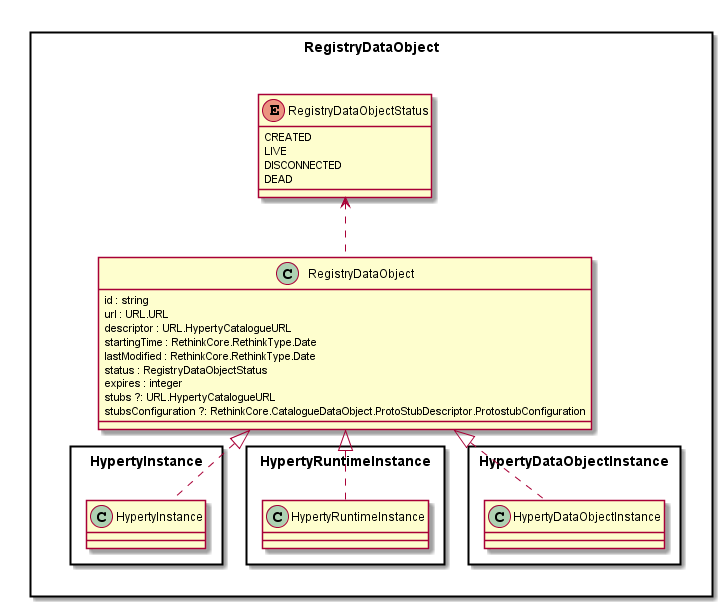
The PlantUML diagram docs/datamodel/core/hyperty-registry/Registry-Data-Object.png in reTHINK-project/dev-service-framework, before a commit. The source it was exported from:
```plantuml
@startuml "../../docs/datamodel/core/hyperty-registry/Registry-Data-Object.png"

package RegistryDataObject <<Rect>> {

	class RegistryDataObject {
		id : string
		url : URL.URL
		descriptor : URL.HypertyCatalogueURL
		startingTime : RethinkCore.RethinkType.Date
		lastModified : RethinkCore.RethinkType.Date
		status : RegistryDataObjectStatus
		expires : integer
		stubs ?: URL.HypertyCatalogueURL
		stubsConfiguration ?: RethinkCore.CatalogueDataObject.ProtoStubDescriptor.ProtostubConfiguration
	}

	enum RegistryDataObjectStatus {
		CREATED
		LIVE
		DISCONNECTED
		DEAD
	}

	package HypertyInstance <<Rect>> {
	}

	package HypertyRuntimeInstance <<Rect>> {
	}

	package HypertyDataObjectInstance <<Rect>> {
	}

	RegistryDataObject .up.> RegistryDataObjectStatus

	HypertyInstance.HypertyInstance .up.|> RegistryDataObject
	HypertyRuntimeInstance.HypertyRuntimeInstance .up.|> RegistryDataObject
	HypertyDataObjectInstance.HypertyDataObjectInstance .up.|> RegistryDataObject

}

@enduml
```
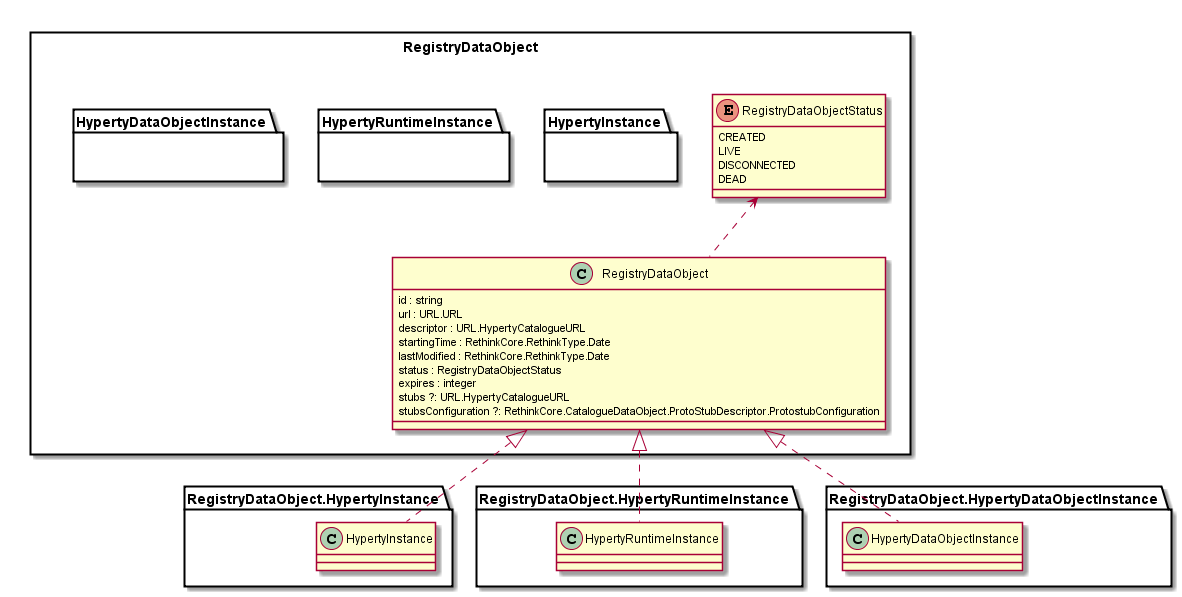
Above is the later version.

Change to the diagram source:
```diff
@@ -32,10 +32,8 @@
 
 	RegistryDataObject .up.> RegistryDataObjectStatus
 
-	HypertyInstance.HypertyInstance .up.|> RegistryDataObject
-	HypertyRuntimeInstance.HypertyRuntimeInstance .up.|> RegistryDataObject
-	HypertyDataObjectInstance.HypertyDataObjectInstance .up.|> RegistryDataObject
-
+	RegistryDataObject.HypertyInstance.HypertyInstance .up.|> RegistryDataObject
+	RegistryDataObject.HypertyRuntimeInstance.HypertyRuntimeInstance .up.|> RegistryDataObject
+	RegistryDataObject.HypertyDataObjectInstance.HypertyDataObjectInstance .up.|> RegistryDataObject
 }
-
 @enduml
```
